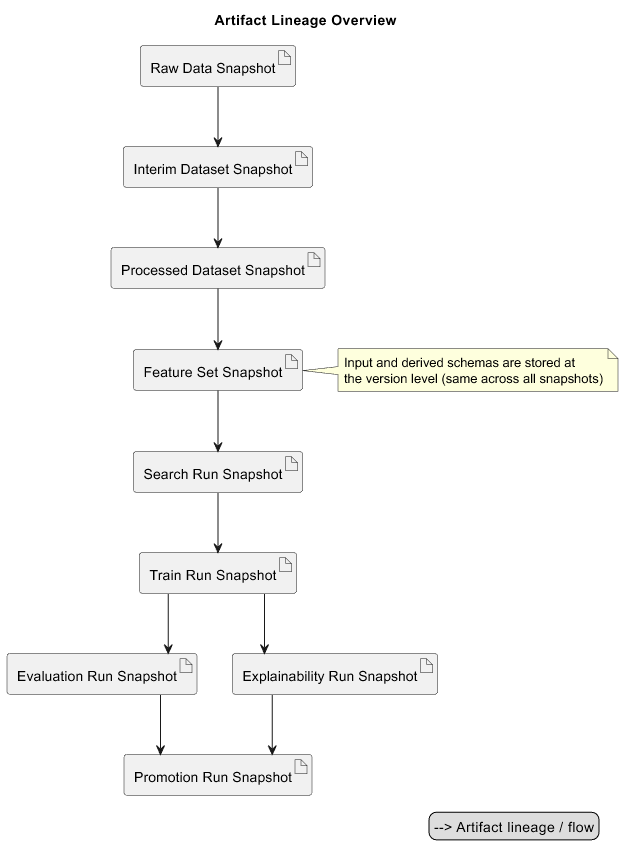
Above: docs/architecture/img/artifact_lineage.png in Sebastijan-Dominis/ml-workflow-engine (PlantUML), before the change. Its source is kept beside it as docs/architecture/uml/artifact_lineage.puml. Source of this version:
```plantuml
@startuml Artifact Lineage Overview
title Artifact Lineage Overview

skinparam shadowing false
skinparam packageStyle rectangle
skinparam linetype ortho

artifact raw_data_snapshot as "Raw Data Snapshot"
artifact interim_dataset_snapshot as "Interim Dataset Snapshot"
artifact processed_dataset_snapshot as "Processed Dataset Snapshot"
artifact feature_set_snapshot as "Feature Set Snapshot"
artifact search_run_snapshot as "Search Run Snapshot"
artifact train_run_snapshot as "Train Run Snapshot"
artifact evaluation_run_snapshot as "Evaluation Run Snapshot"
artifact explainability_run_snapshot as "Explainability Run Snapshot"
artifact promotion_run_snapshot as "Promotion Run Snapshot"

raw_data_snapshot --> interim_dataset_snapshot
interim_dataset_snapshot --> processed_dataset_snapshot
processed_dataset_snapshot --> feature_set_snapshot

feature_set_snapshot --> search_run_snapshot
note right of feature_set_snapshot
Input and derived schemas are stored at
the version level (same across all snapshots)
end note

search_run_snapshot --> train_run_snapshot
train_run_snapshot --> evaluation_run_snapshot
train_run_snapshot --> explainability_run_snapshot

evaluation_run_snapshot --> promotion_run_snapshot
explainability_run_snapshot --> promotion_run_snapshot

legend right
-->   Artifact lineage / flow
endlegend

@enduml
```
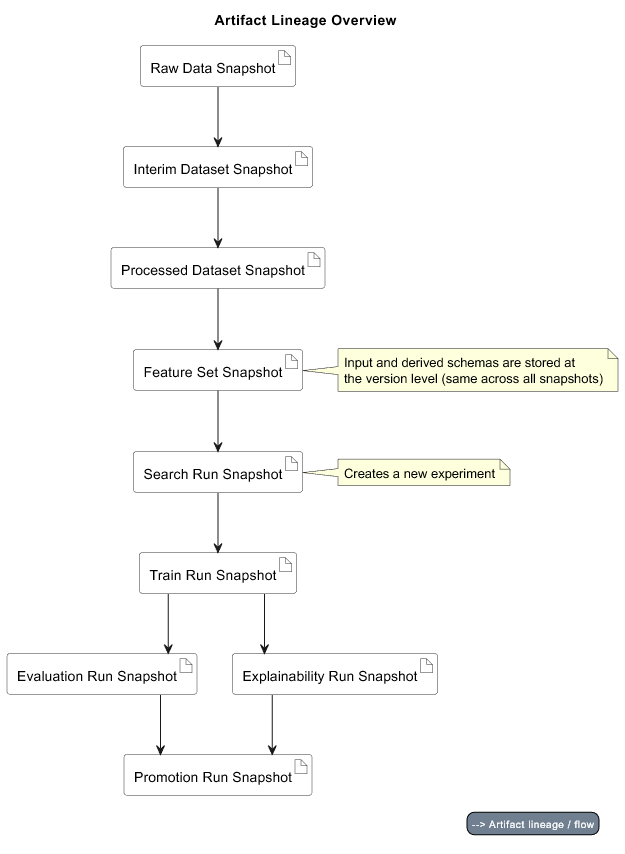
Above is the later version.

Change to the diagram source:
```diff
@@ -1,36 +1,40 @@
 @startuml Artifact Lineage Overview
 title Artifact Lineage Overview
+!include architecture-theme.puml
 
 skinparam shadowing false
 skinparam packageStyle rectangle
 skinparam linetype ortho
 
-artifact raw_data_snapshot as "Raw Data Snapshot"
-artifact interim_dataset_snapshot as "Interim Dataset Snapshot"
-artifact processed_dataset_snapshot as "Processed Dataset Snapshot"
-artifact feature_set_snapshot as "Feature Set Snapshot"
-artifact search_run_snapshot as "Search Run Snapshot"
-artifact train_run_snapshot as "Train Run Snapshot"
-artifact evaluation_run_snapshot as "Evaluation Run Snapshot"
-artifact explainability_run_snapshot as "Explainability Run Snapshot"
-artifact promotion_run_snapshot as "Promotion Run Snapshot"
+artifact raw_data_snapshot as "Raw Data Snapshot" <<artifact>>
+artifact interim_dataset_snapshot as "Interim Dataset Snapshot" <<artifact>>
+artifact processed_dataset_snapshot as "Processed Dataset Snapshot" <<artifact>>
+artifact feature_set_snapshot as "Feature Set Snapshot" <<artifact>>
+artifact search_run_snapshot as "Search Run Snapshot" <<artifact>>
+artifact train_run_snapshot as "Train Run Snapshot" <<artifact>>
+artifact evaluation_run_snapshot as "Evaluation Run Snapshot" <<artifact>>
+artifact explainability_run_snapshot as "Explainability Run Snapshot" <<artifact>>
+artifact promotion_run_snapshot as "Promotion Run Snapshot" <<artifact>>
 
 raw_data_snapshot --> interim_dataset_snapshot
 interim_dataset_snapshot --> processed_dataset_snapshot
 processed_dataset_snapshot --> feature_set_snapshot
+feature_set_snapshot --> search_run_snapshot
 
-feature_set_snapshot --> search_run_snapshot
+search_run_snapshot --> train_run_snapshot
+train_run_snapshot --> evaluation_run_snapshot
+train_run_snapshot --> explainability_run_snapshot
+evaluation_run_snapshot --> promotion_run_snapshot
+explainability_run_snapshot --> promotion_run_snapshot
+
 note right of feature_set_snapshot
 Input and derived schemas are stored at
 the version level (same across all snapshots)
 end note
 
-search_run_snapshot --> train_run_snapshot
-train_run_snapshot --> evaluation_run_snapshot
-train_run_snapshot --> explainability_run_snapshot
-
-evaluation_run_snapshot --> promotion_run_snapshot
-explainability_run_snapshot --> promotion_run_snapshot
+note right of search_run_snapshot
+Creates a new experiment
+end note
 
 legend right
 -->   Artifact lineage / flow
```
